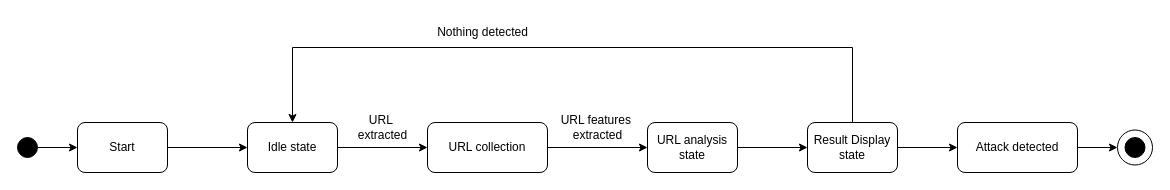
The draw.io diagram state diagram.drawio in 0xOwen/SurfHound, before the edit. Source tidied: cells renumbered, new cells numbered last; positions are measured from the earlier drawing's top-left corner, leaving out a move shared by most shapes. Both pictures are drawn from the tidied source at 100%, with x=0, y=0 at pixel (17, 17).
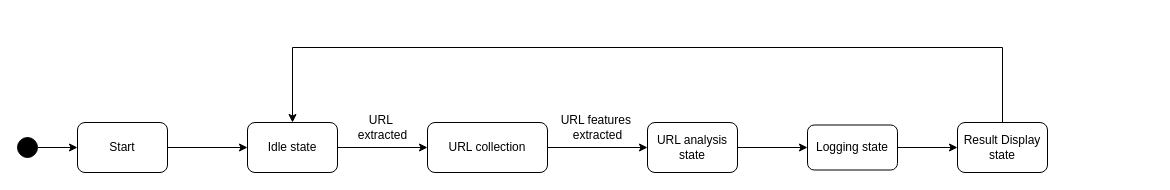
The same diagram, later.

The change refers to these unchanged cells:
```xml
<mxCell id="7" value="Idle state" style="rounded=1;whiteSpace=wrap;html=1;" parent="1" vertex="1">
  <mxGeometry x="230" y="105" width="90" height="50" as="geometry" />
</mxCell>
<mxCell id="9" value="URL analysis state" style="rounded=1;whiteSpace=wrap;html=1;" parent="1" vertex="1">
  <mxGeometry x="630" y="105" width="90" height="50" as="geometry" />
</mxCell>
```

The edit, as a diff of the source:
```diff
@@
-    <mxCell id="8" style="edgeStyle=orthogonalEdgeStyle;rounded=0;jettySize=auto;html=1;exitX=1;exitY=0.5;exitDx=0;exitDy=0;entryX=0;entryY=0.5;entryDx=0;entryDy=0;" parent="1" edge="1" source="9" target="12">
-      <mxGeometry relative="1" as="geometry" />
-    </mxCell>
+    <mxCell id="22" style="edgeStyle=orthogonalEdgeStyle;rounded=0;jettySize=auto;html=1;exitX=1;exitY=0.5;exitDx=0;exitDy=0;" parent="1" edge="1" source="9" target="24">
+      <mxGeometry relative="1" as="geometry" />
+    </mxCell>
@@
-    <mxCell id="10" style="edgeStyle=orthogonalEdgeStyle;rounded=0;jettySize=auto;html=1;exitX=1;exitY=0.5;exitDx=0;exitDy=0;entryX=0;entryY=0.5;entryDx=0;entryDy=0;" parent="1" edge="1" source="12" target="14">
-      <mxGeometry relative="1" as="geometry" />
-    </mxCell>
     <mxCell id="11" style="edgeStyle=orthogonalEdgeStyle;rounded=0;jettySize=auto;html=1;exitX=0.5;exitY=0;exitDx=0;exitDy=0;entryX=0.5;entryY=0;entryDx=0;entryDy=0;" parent="1" edge="1" source="12" target="7">
       <mxGeometry relative="1" as="geometry">
         <Array as="points">
-          <mxPoint x="835" y="30" />
+          <mxPoint x="985" y="30" />
           <mxPoint x="275" y="30" />
         </Array>
       </mxGeometry>
     </mxCell>
     <mxCell id="12" value="Result Display state" style="rounded=1;whiteSpace=wrap;html=1;" parent="1" vertex="1">
-      <mxGeometry x="790" y="105" width="90" height="50" as="geometry" />
+      <mxGeometry x="940" y="105" width="90" height="50" as="geometry" />
     </mxCell>
-    <mxCell id="13" style="edgeStyle=orthogonalEdgeStyle;rounded=0;jettySize=auto;html=1;exitX=1;exitY=0.5;exitDx=0;exitDy=0;entryX=0;entryY=0.5;entryDx=0;entryDy=0;" parent="1" edge="1" source="14" target="15">
-      <mxGeometry relative="1" as="geometry" />
-    </mxCell>
-    <mxCell id="14" value="Attack detected" style="rounded=1;whiteSpace=wrap;html=1;" parent="1" vertex="1">
-      <mxGeometry x="940" y="105" width="120" height="50" as="geometry" />
-    </mxCell>
-    <mxCell id="15" style="ellipse;whiteSpace=wrap;html=1;" parent="1" vertex="1">
-      <mxGeometry x="1100" y="112.5" width="35" height="35" as="geometry" />
-    </mxCell>
-    <mxCell id="16" style="ellipse;whiteSpace=wrap;html=1;strokeColor=#000000;fillColor=#000000;" parent="1" vertex="1">
-      <mxGeometry x="1107.5" y="120" width="20" height="20" as="geometry" />
-    </mxCell>
-    <mxCell id="17" value="Nothing detected" style="text;html=1;align=center;verticalAlign=middle;strokeColor=none;fillColor=none;" parent="1" vertex="1">
-      <mxGeometry x="410" width="110" height="30" as="geometry" />
-    </mxCell>
@@
+    <mxCell id="23" style="edgeStyle=orthogonalEdgeStyle;rounded=0;jettySize=auto;html=1;exitX=1;exitY=0.5;exitDx=0;exitDy=0;entryX=0;entryY=0.5;entryDx=0;entryDy=0;" parent="1" edge="1" source="24" target="12">
+      <mxGeometry relative="1" as="geometry" />
+    </mxCell>
+    <mxCell id="24" value="Logging state" style="rounded=1;whiteSpace=wrap;html=1;" parent="1" vertex="1">
+      <mxGeometry x="790" y="107.5" width="90" height="45" as="geometry" />
+    </mxCell>
```
